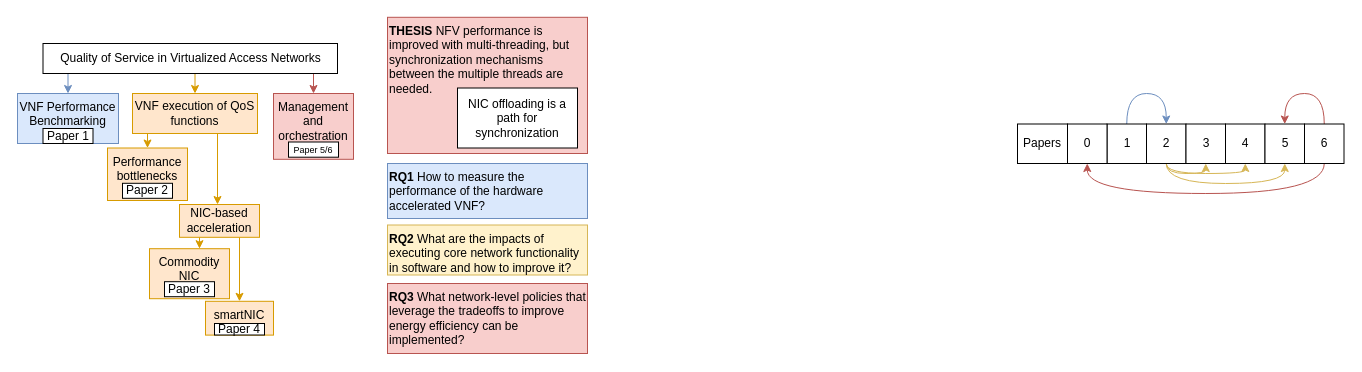
The draw.io diagram page "half_time" (9 of 9) of sources/phd(1).drawio in rubensfig/research_links, before the edit. Source tidied: cells renumbered, new cells numbered last; positions are measured from the earlier drawing's top-left corner, leaving out a move shared by most shapes. Both pictures are drawn from the tidied source at 100%, with x=0, y=0 at pixel (17, 17).
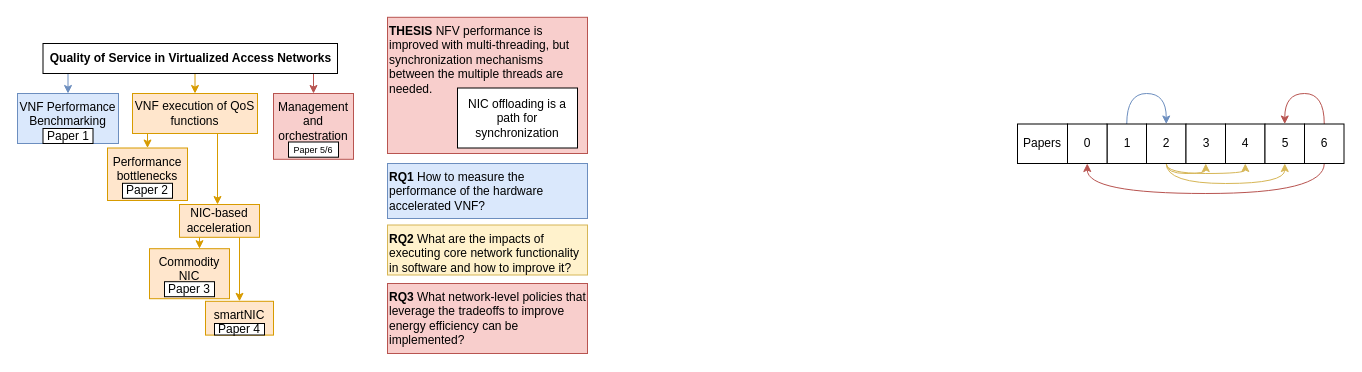
The same page after the edit.

Diff of the diagram source:
```diff
@@
-    <mxCell id="5" value="Quality of Service in Virtualized Access Networks" style="rounded=0;whiteSpace=wrap;html=1;" parent="1" vertex="1">
+    <mxCell id="5" value="Quality of Service in Virtualized Access Networks" style="rounded=0;whiteSpace=wrap;html=1;fontStyle=1;" parent="1" vertex="1">
       <mxGeometry x="25.5" y="26" width="294.5" height="30" as="geometry" />
     </mxCell>
```
